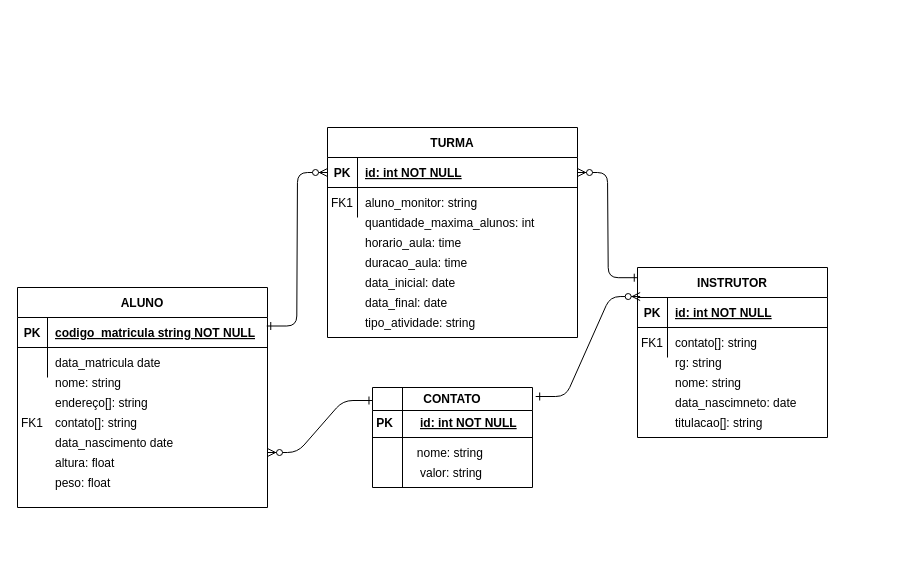
douglasabnovato/niky keeps this draw.io diagram as .github/draw.io/item-10-DER-niky.drawio. Above is the earlier version. Source tidied: cells renumbered, new cells numbered last; positions are measured from the earlier drawing's top-left corner, leaving out a move shared by most shapes. Both pictures are drawn from the tidied source at 100%, with x=0, y=0 at pixel (17, 127).
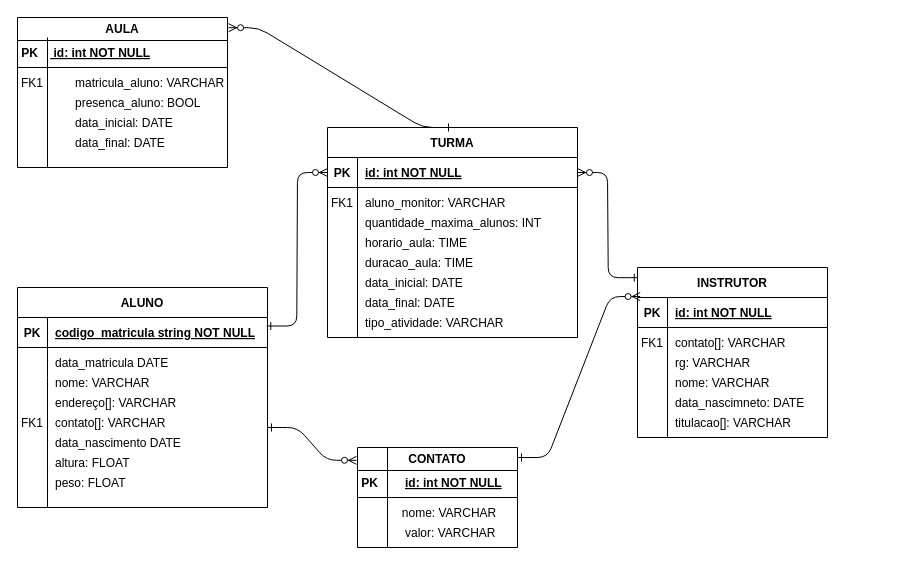
After the change.

Unchanged cells that the change refers to:
```xml
<mxCell id="4" value="TURMA" style="shape=table;startSize=30;childLayout=tableLayout;rowLines=0;fontStyle=1;align=center;" parent="1" vertex="1">
  <mxGeometry x="310" width="250" height="210" as="geometry" />
</mxCell>
<mxCell id="8" style="shape=partialRectangle;fillColor=none;top=0;left=0;right=0;bottom=0;" parent="4" vertex="1">
  <mxGeometry y="60" width="250" height="30" as="geometry" />
</mxCell>
<mxCell id="12" style="shape=partialRectangle;fillColor=none;points=[[0,0.5],[1,0.5]];portConstraint=eastwest;top=0;left=0;right=0;bottom=1;" parent="11" vertex="1">
  <mxGeometry y="30" width="190" height="30" as="geometry" />
</mxCell>
<mxCell id="15" style="shape=partialRectangle;fillColor=none;top=0;left=0;right=0;bottom=0;" parent="11" vertex="1">
  <mxGeometry y="60" width="190" height="30" as="geometry" />
</mxCell>
<mxCell id="18" value="ALUNO" style="shape=table;startSize=30;childLayout=tableLayout;rowLines=0;fontStyle=1;align=center;" parent="1" vertex="1">
  <mxGeometry y="160" width="250" height="220" as="geometry" />
</mxCell>
<mxCell id="22" style="shape=partialRectangle;fillColor=none;top=0;left=0;right=0;bottom=0;" parent="18" vertex="1">
  <mxGeometry y="60" width="250" height="30" as="geometry" />
</mxCell>
<mxCell id="25" style="shape=partialRectangle;fillColor=none;top=0;left=0;right=0;bottom=0;" parent="1" vertex="1">
  <mxGeometry x="310" y="120" width="250" height="30" as="geometry" />
</mxCell>
<mxCell id="28" style="shape=partialRectangle;fillColor=none;top=0;left=0;right=0;bottom=0;" parent="1" vertex="1">
  <mxGeometry x="310" y="140" width="250" height="30" as="geometry" />
</mxCell>
<mxCell id="31" style="shape=partialRectangle;fillColor=none;top=0;left=0;right=0;bottom=0;" parent="1" vertex="1">
  <mxGeometry x="310" y="160" width="250" height="30" as="geometry" />
</mxCell>
<mxCell id="34" style="shape=partialRectangle;fillColor=none;top=0;left=0;right=0;bottom=0;" parent="1" vertex="1">
  <mxGeometry x="310" y="180" width="250" height="30" as="geometry" />
</mxCell>
<mxCell id="37" style="shape=partialRectangle;fillColor=none;top=0;left=0;right=0;bottom=0;" parent="1" vertex="1">
  <mxGeometry x="310" y="80" width="250" height="30" as="geometry" />
</mxCell>
<mxCell id="40" style="shape=partialRectangle;fillColor=none;top=0;left=0;right=0;bottom=0;" parent="1" vertex="1">
  <mxGeometry x="310" y="100" width="250" height="30" as="geometry" />
</mxCell>
<mxCell id="43" style="shape=partialRectangle;fillColor=none;top=0;left=0;right=0;bottom=0;" parent="1" vertex="1">
  <mxGeometry x="620" y="260" width="250" height="30" as="geometry" />
</mxCell>
<mxCell id="46" style="shape=partialRectangle;fillColor=none;top=0;left=0;right=0;bottom=0;" parent="1" vertex="1">
  <mxGeometry x="620" y="240" width="250" height="30" as="geometry" />
</mxCell>
<mxCell id="49" style="shape=partialRectangle;fillColor=none;top=0;left=0;right=0;bottom=0;" parent="1" vertex="1">
  <mxGeometry x="620" y="220" width="250" height="30" as="geometry" />
</mxCell>
<mxCell id="52" style="shape=partialRectangle;fillColor=none;top=0;left=0;right=0;bottom=0;" parent="1" vertex="1">
  <mxGeometry x="620" y="280" width="250" height="30" as="geometry" />
</mxCell>
<mxCell id="59" style="shape=partialRectangle;fillColor=none;top=0;left=0;right=0;bottom=0;" parent="55" vertex="1">
  <mxGeometry x="20" y="50" width="140" height="30" as="geometry" />
</mxCell>
```

Change to the diagram source:
```diff
@@
-    <mxCell id="10" value="aluno_monitor: string" style="shape=partialRectangle;overflow=hidden;fillColor=none;top=0;left=0;bottom=0;right=0;align=left;spacingLeft=6;" parent="8" vertex="1">
+    <mxCell id="10" value="aluno_monitor: VARCHAR" style="shape=partialRectangle;overflow=hidden;fillColor=none;top=0;left=0;bottom=0;right=0;align=left;spacingLeft=6;" parent="8" vertex="1">
       <mxGeometry x="30" width="220" height="30" as="geometry" />
     </mxCell>
@@
-    <mxCell id="17" value="contato[]: string" style="shape=partialRectangle;overflow=hidden;fillColor=none;top=0;left=0;bottom=0;right=0;align=left;spacingLeft=6;" parent="15" vertex="1">
+    <mxCell id="17" value="contato[]: VARCHAR" style="shape=partialRectangle;overflow=hidden;fillColor=none;top=0;left=0;bottom=0;right=0;align=left;spacingLeft=6;" parent="15" vertex="1">
       <mxGeometry x="30" width="160" height="30" as="geometry" />
     </mxCell>
@@
-    <mxCell id="24" value="data_matricula date" style="shape=partialRectangle;overflow=hidden;fillColor=none;top=0;left=0;bottom=0;right=0;align=left;spacingLeft=6;" parent="22" vertex="1">
+    <mxCell id="24" value="data_matricula DATE" style="shape=partialRectangle;overflow=hidden;fillColor=none;top=0;left=0;bottom=0;right=0;align=left;spacingLeft=6;" parent="22" vertex="1">
       <mxGeometry x="30" width="220" height="30" as="geometry" />
     </mxCell>
@@
-    <mxCell id="27" value="duracao_aula: time" style="shape=partialRectangle;overflow=hidden;fillColor=none;top=0;left=0;bottom=0;right=0;align=left;spacingLeft=6;" parent="25" vertex="1">
+    <mxCell id="27" value="duracao_aula: TIME" style="shape=partialRectangle;overflow=hidden;fillColor=none;top=0;left=0;bottom=0;right=0;align=left;spacingLeft=6;" parent="25" vertex="1">
       <mxGeometry x="30" width="220" height="30" as="geometry" />
     </mxCell>
@@
-    <mxCell id="30" value="data_inicial: date" style="shape=partialRectangle;overflow=hidden;fillColor=none;top=0;left=0;bottom=0;right=0;align=left;spacingLeft=6;" parent="28" vertex="1">
+    <mxCell id="30" value="data_inicial: DATE" style="shape=partialRectangle;overflow=hidden;fillColor=none;top=0;left=0;bottom=0;right=0;align=left;spacingLeft=6;" parent="28" vertex="1">
       <mxGeometry x="30" width="220" height="30" as="geometry" />
     </mxCell>
@@
-    <mxCell id="33" value="data_final: date" style="shape=partialRectangle;overflow=hidden;fillColor=none;top=0;left=0;bottom=0;right=0;align=left;spacingLeft=6;" parent="31" vertex="1">
+    <mxCell id="33" value="data_final: DATE" style="shape=partialRectangle;overflow=hidden;fillColor=none;top=0;left=0;bottom=0;right=0;align=left;spacingLeft=6;" parent="31" vertex="1">
       <mxGeometry x="30" width="220" height="30" as="geometry" />
     </mxCell>
@@
-    <mxCell id="36" value="tipo_atividade: string" style="shape=partialRectangle;overflow=hidden;fillColor=none;top=0;left=0;bottom=0;right=0;align=left;spacingLeft=6;" parent="34" vertex="1">
+    <mxCell id="36" value="tipo_atividade: VARCHAR" style="shape=partialRectangle;overflow=hidden;fillColor=none;top=0;left=0;bottom=0;right=0;align=left;spacingLeft=6;" parent="34" vertex="1">
       <mxGeometry x="30" width="220" height="30" as="geometry" />
     </mxCell>
@@
-    <mxCell id="39" value="quantidade_maxima_alunos: int" style="shape=partialRectangle;overflow=hidden;fillColor=none;top=0;left=0;bottom=0;right=0;align=left;spacingLeft=6;" parent="37" vertex="1">
+    <mxCell id="39" value="quantidade_maxima_alunos: INT" style="shape=partialRectangle;overflow=hidden;fillColor=none;top=0;left=0;bottom=0;right=0;align=left;spacingLeft=6;" parent="37" vertex="1">
       <mxGeometry x="30" width="220" height="30" as="geometry" />
     </mxCell>
@@
-    <mxCell id="42" value="horario_aula: time" style="shape=partialRectangle;overflow=hidden;fillColor=none;top=0;left=0;bottom=0;right=0;align=left;spacingLeft=6;" parent="40" vertex="1">
+    <mxCell id="42" value="horario_aula: TIME" style="shape=partialRectangle;overflow=hidden;fillColor=none;top=0;left=0;bottom=0;right=0;align=left;spacingLeft=6;" parent="40" vertex="1">
       <mxGeometry x="30" width="220" height="30" as="geometry" />
     </mxCell>
@@
-    <mxCell id="45" value="data_nascimneto: date" style="shape=partialRectangle;overflow=hidden;fillColor=none;top=0;left=0;bottom=0;right=0;align=left;spacingLeft=6;" parent="43" vertex="1">
+    <mxCell id="45" value="data_nascimneto: DATE" style="shape=partialRectangle;overflow=hidden;fillColor=none;top=0;left=0;bottom=0;right=0;align=left;spacingLeft=6;" parent="43" vertex="1">
       <mxGeometry x="30" width="220" height="30" as="geometry" />
     </mxCell>
@@
-    <mxCell id="48" value="nome: string" style="shape=partialRectangle;overflow=hidden;fillColor=none;top=0;left=0;bottom=0;right=0;align=left;spacingLeft=6;" parent="46" vertex="1">
+    <mxCell id="48" value="nome: VARCHAR" style="shape=partialRectangle;overflow=hidden;fillColor=none;top=0;left=0;bottom=0;right=0;align=left;spacingLeft=6;" parent="46" vertex="1">
       <mxGeometry x="30" width="220" height="30" as="geometry" />
     </mxCell>
@@
-    <mxCell id="51" value="rg: string" style="shape=partialRectangle;overflow=hidden;fillColor=none;top=0;left=0;bottom=0;right=0;align=left;spacingLeft=6;" parent="49" vertex="1">
+    <mxCell id="51" value="rg: VARCHAR" style="shape=partialRectangle;overflow=hidden;fillColor=none;top=0;left=0;bottom=0;right=0;align=left;spacingLeft=6;" parent="49" vertex="1">
       <mxGeometry x="30" width="220" height="30" as="geometry" />
     </mxCell>
@@
-    <mxCell id="54" value="titulacao[]: string" style="shape=partialRectangle;overflow=hidden;fillColor=none;top=0;left=0;bottom=0;right=0;align=left;spacingLeft=6;" parent="52" vertex="1">
+    <mxCell id="54" value="titulacao[]: VARCHAR" style="shape=partialRectangle;overflow=hidden;fillColor=none;top=0;left=0;bottom=0;right=0;align=left;spacingLeft=6;" parent="52" vertex="1">
       <mxGeometry x="30" width="220" height="30" as="geometry" />
     </mxCell>
     <mxCell id="55" value="CONTATO" style="swimlane;whiteSpace=wrap;html=1;" parent="1" vertex="1">
-      <mxGeometry x="355" y="260" width="160" height="100" as="geometry" />
+      <mxGeometry x="340" y="320" width="160" height="100" as="geometry" />
     </mxCell>
@@
-    <mxCell id="61" value="nome: string" style="shape=partialRectangle;overflow=hidden;fillColor=none;top=0;left=0;bottom=0;right=0;align=left;spacingLeft=6;" parent="59" vertex="1">
+    <mxCell id="61" value="nome: VARCHAR" style="shape=partialRectangle;overflow=hidden;fillColor=none;top=0;left=0;bottom=0;right=0;align=left;spacingLeft=6;" parent="59" vertex="1">
       <mxGeometry x="16.8" width="123.2" height="30" as="geometry" />
     </mxCell>
-    <mxCell id="62" value="valor: string" style="shape=partialRectangle;overflow=hidden;fillColor=none;top=0;left=0;bottom=0;right=0;align=left;spacingLeft=6;" parent="55" vertex="1">
+    <mxCell id="62" value="valor: VARCHAR" style="shape=partialRectangle;overflow=hidden;fillColor=none;top=0;left=0;bottom=0;right=0;align=left;spacingLeft=6;" parent="55" vertex="1">
       <mxGeometry x="40" y="70" width="120" height="30" as="geometry" />
     </mxCell>
@@
-    <mxCell id="64" style="edgeStyle=entityRelationEdgeStyle;endArrow=ERzeroToMany;startArrow=ERone;endFill=1;startFill=0;exitX=1.02;exitY=0.09;exitDx=0;exitDy=0;exitPerimeter=0;entryX=0.014;entryY=-0.032;entryDx=0;entryDy=0;entryPerimeter=0;" parent="1" edge="1" source="55" target="12">
-      <mxGeometry relative="1" as="geometry" />
+    <mxCell id="64" style="edgeStyle=entityRelationEdgeStyle;endArrow=ERzeroToMany;startArrow=ERone;endFill=1;startFill=0;entryX=0.014;entryY=-0.032;entryDx=0;entryDy=0;entryPerimeter=0;" parent="1" edge="1" target="12">
+      <mxGeometry relative="1" as="geometry">
+        <mxPoint x="500" y="330" as="sourcePoint" />
+      </mxGeometry>
     </mxCell>
-    <mxCell id="65" value="nome: string" style="shape=partialRectangle;overflow=hidden;fillColor=none;top=0;left=0;bottom=0;right=0;align=left;spacingLeft=6;" parent="1" vertex="1">
+    <mxCell id="65" value="nome: VARCHAR" style="shape=partialRectangle;overflow=hidden;fillColor=none;top=0;left=0;bottom=0;right=0;align=left;spacingLeft=6;" parent="1" vertex="1">
       <mxGeometry x="30" y="240" width="220" height="30" as="geometry" />
     </mxCell>
-    <mxCell id="66" value="endereço[]: string" style="shape=partialRectangle;overflow=hidden;fillColor=none;top=0;left=0;bottom=0;right=0;align=left;spacingLeft=6;" parent="1" vertex="1">
+    <mxCell id="66" value="endereço[]: VARCHAR" style="shape=partialRectangle;overflow=hidden;fillColor=none;top=0;left=0;bottom=0;right=0;align=left;spacingLeft=6;" parent="1" vertex="1">
       <mxGeometry x="30" y="260" width="220" height="30" as="geometry" />
     </mxCell>
@@
-    <mxCell id="68" value="contato[]: string" style="shape=partialRectangle;overflow=hidden;fillColor=none;top=0;left=0;bottom=0;right=0;align=left;spacingLeft=6;" parent="1" vertex="1">
+    <mxCell id="68" value="contato[]: VARCHAR" style="shape=partialRectangle;overflow=hidden;fillColor=none;top=0;left=0;bottom=0;right=0;align=left;spacingLeft=6;" parent="1" vertex="1">
       <mxGeometry x="30" y="280" width="160" height="30" as="geometry" />
     </mxCell>
-    <mxCell id="69" style="edgeStyle=entityRelationEdgeStyle;endArrow=ERzeroToMany;startArrow=ERone;endFill=1;startFill=0;entryX=1;entryY=0.75;entryDx=0;entryDy=0;exitX=0.003;exitY=0.13;exitDx=0;exitDy=0;exitPerimeter=0;" parent="1" edge="1" source="55" target="18">
-      <mxGeometry relative="1" as="geometry" />
+    <mxCell id="69" style="edgeStyle=entityRelationEdgeStyle;endArrow=ERzeroToMany;startArrow=ERone;endFill=1;startFill=0;entryX=-0.006;entryY=0.128;entryDx=0;entryDy=0;entryPerimeter=0;" parent="1" edge="1" target="55">
+      <mxGeometry relative="1" as="geometry">
+        <mxPoint x="250" y="300" as="sourcePoint" />
+      </mxGeometry>
     </mxCell>
-    <mxCell id="70" value="data_nascimento date" style="shape=partialRectangle;overflow=hidden;fillColor=none;top=0;left=0;bottom=0;right=0;align=left;spacingLeft=6;" parent="1" vertex="1">
+    <mxCell id="70" value="data_nascimento DATE" style="shape=partialRectangle;overflow=hidden;fillColor=none;top=0;left=0;bottom=0;right=0;align=left;spacingLeft=6;" parent="1" vertex="1">
       <mxGeometry x="30" y="300" width="220" height="30" as="geometry" />
     </mxCell>
-    <mxCell id="71" value="altura: float" style="shape=partialRectangle;overflow=hidden;fillColor=none;top=0;left=0;bottom=0;right=0;align=left;spacingLeft=6;" parent="1" vertex="1">
+    <mxCell id="71" value="altura: FLOAT" style="shape=partialRectangle;overflow=hidden;fillColor=none;top=0;left=0;bottom=0;right=0;align=left;spacingLeft=6;" parent="1" vertex="1">
       <mxGeometry x="30" y="320" width="220" height="30" as="geometry" />
     </mxCell>
-    <mxCell id="72" value="peso: float" style="shape=partialRectangle;overflow=hidden;fillColor=none;top=0;left=0;bottom=0;right=0;align=left;spacingLeft=6;" parent="1" vertex="1">
+    <mxCell id="72" value="peso: FLOAT" style="shape=partialRectangle;overflow=hidden;fillColor=none;top=0;left=0;bottom=0;right=0;align=left;spacingLeft=6;" parent="1" vertex="1">
       <mxGeometry x="30" y="340" width="220" height="30" as="geometry" />
     </mxCell>
+    <mxCell id="73" style="endArrow=none;html=1;rounded=0;" parent="1" edge="1">
+      <mxGeometry relative="1" as="geometry">
+        <mxPoint x="30" y="380" as="sourcePoint" />
+        <mxPoint x="30" y="250" as="targetPoint" />
+      </mxGeometry>
+    </mxCell>
+    <mxCell id="74" style="endArrow=none;html=1;rounded=0;" parent="1" edge="1">
+      <mxGeometry relative="1" as="geometry">
+        <mxPoint x="340" y="210" as="sourcePoint" />
+        <mxPoint x="340" y="80" as="targetPoint" />
+      </mxGeometry>
+    </mxCell>
+    <mxCell id="75" style="endArrow=none;html=1;rounded=0;" parent="1" edge="1">
+      <mxGeometry relative="1" as="geometry">
+        <mxPoint x="650" y="310" as="sourcePoint" />
+        <mxPoint x="650" y="220" as="targetPoint" />
+      </mxGeometry>
+    </mxCell>
+    <mxCell id="76" value="AULA" style="swimlane;whiteSpace=wrap;html=1;" parent="1" vertex="1">
+      <mxGeometry y="-110" width="210" height="150" as="geometry" />
+    </mxCell>
+    <mxCell id="77" style="shape=partialRectangle;fillColor=none;top=0;left=0;right=0;bottom=1;" parent="76" vertex="1">
+      <mxGeometry y="20" width="210" height="30" as="geometry" />
+    </mxCell>
+    <mxCell id="78" value="PK" style="shape=partialRectangle;overflow=hidden;fillColor=none;top=0;left=0;bottom=0;right=0;fontStyle=1;" parent="77" vertex="1">
+      <mxGeometry width="25.2" height="30" as="geometry" />
+    </mxCell>
+    <mxCell id="79" value=" id: int NOT NULL" style="shape=partialRectangle;overflow=hidden;fillColor=none;top=0;left=0;bottom=0;right=0;align=left;spacingLeft=6;fontStyle=5;" parent="77" vertex="1">
+      <mxGeometry x="25.2" width="184.8" height="30" as="geometry" />
+    </mxCell>
+    <mxCell id="80" style="endArrow=none;html=1;rounded=0;" parent="76" edge="1">
+      <mxGeometry relative="1" as="geometry">
+        <mxPoint x="30" y="150" as="sourcePoint" />
+        <mxPoint x="30" y="20" as="targetPoint" />
+      </mxGeometry>
+    </mxCell>
+    <mxCell id="81" value="FK1" style="shape=partialRectangle;overflow=hidden;fillColor=none;top=0;left=0;bottom=0;right=0;" parent="76" vertex="1">
+      <mxGeometry y="50" width="30" height="30" as="geometry" />
+    </mxCell>
+    <mxCell id="82" style="shape=partialRectangle;fillColor=none;top=0;left=0;right=0;bottom=0;" parent="76" vertex="1">
+      <mxGeometry x="40" y="50" width="170" height="30" as="geometry" />
+    </mxCell>
+    <mxCell id="83" style="shape=partialRectangle;overflow=hidden;fillColor=none;top=0;left=0;bottom=0;right=0;" parent="82" vertex="1">
+      <mxGeometry width="20.4" height="30" as="geometry" />
+    </mxCell>
+    <mxCell id="84" value="matricula_aluno: VARCHAR" style="shape=partialRectangle;overflow=hidden;fillColor=none;top=0;left=0;bottom=0;right=0;align=left;spacingLeft=6;" parent="82" vertex="1">
+      <mxGeometry x="10" width="160" height="30" as="geometry" />
+    </mxCell>
+    <mxCell id="85" style="shape=partialRectangle;fillColor=none;top=0;left=0;right=0;bottom=0;" parent="76" vertex="1">
+      <mxGeometry x="20" y="110" width="250" height="30" as="geometry" />
+    </mxCell>
+    <mxCell id="86" style="shape=partialRectangle;overflow=hidden;fillColor=none;top=0;left=0;bottom=0;right=0;" parent="85" vertex="1">
+      <mxGeometry width="30" height="30" as="geometry" />
+    </mxCell>
+    <mxCell id="87" value="data_final: DATE" style="shape=partialRectangle;overflow=hidden;fillColor=none;top=0;left=0;bottom=0;right=0;align=left;spacingLeft=6;" parent="85" vertex="1">
+      <mxGeometry x="30" width="220" height="30" as="geometry" />
+    </mxCell>
+    <mxCell id="88" style="shape=partialRectangle;fillColor=none;top=0;left=0;right=0;bottom=0;" parent="76" vertex="1">
+      <mxGeometry x="40" y="70" width="170" height="30" as="geometry" />
+    </mxCell>
+    <mxCell id="89" style="shape=partialRectangle;overflow=hidden;fillColor=none;top=0;left=0;bottom=0;right=0;" parent="88" vertex="1">
+      <mxGeometry width="20.4" height="30" as="geometry" />
+    </mxCell>
+    <mxCell id="90" value="presenca_aluno: BOOL" style="shape=partialRectangle;overflow=hidden;fillColor=none;top=0;left=0;bottom=0;right=0;align=left;spacingLeft=6;" parent="88" vertex="1">
+      <mxGeometry x="10" width="160" height="30" as="geometry" />
+    </mxCell>
+    <mxCell id="91" style="shape=partialRectangle;fillColor=none;top=0;left=0;right=0;bottom=0;" parent="76" vertex="1">
+      <mxGeometry x="20" y="90" width="250" height="30" as="geometry" />
+    </mxCell>
+    <mxCell id="92" style="shape=partialRectangle;overflow=hidden;fillColor=none;top=0;left=0;bottom=0;right=0;" parent="91" vertex="1">
+      <mxGeometry width="30" height="30" as="geometry" />
+    </mxCell>
+    <mxCell id="93" value="data_inicial: DATE" style="shape=partialRectangle;overflow=hidden;fillColor=none;top=0;left=0;bottom=0;right=0;align=left;spacingLeft=6;" parent="91" vertex="1">
+      <mxGeometry x="30" width="220" height="30" as="geometry" />
+    </mxCell>
+    <mxCell id="94" style="edgeStyle=entityRelationEdgeStyle;endArrow=ERzeroToMany;startArrow=ERone;endFill=1;startFill=0;entryX=1.005;entryY=0.068;entryDx=0;entryDy=0;exitX=0.5;exitY=0;exitDx=0;exitDy=0;entryPerimeter=0;" parent="1" edge="1" source="4" target="76">
+      <mxGeometry relative="1" as="geometry" />
+    </mxCell>
```
